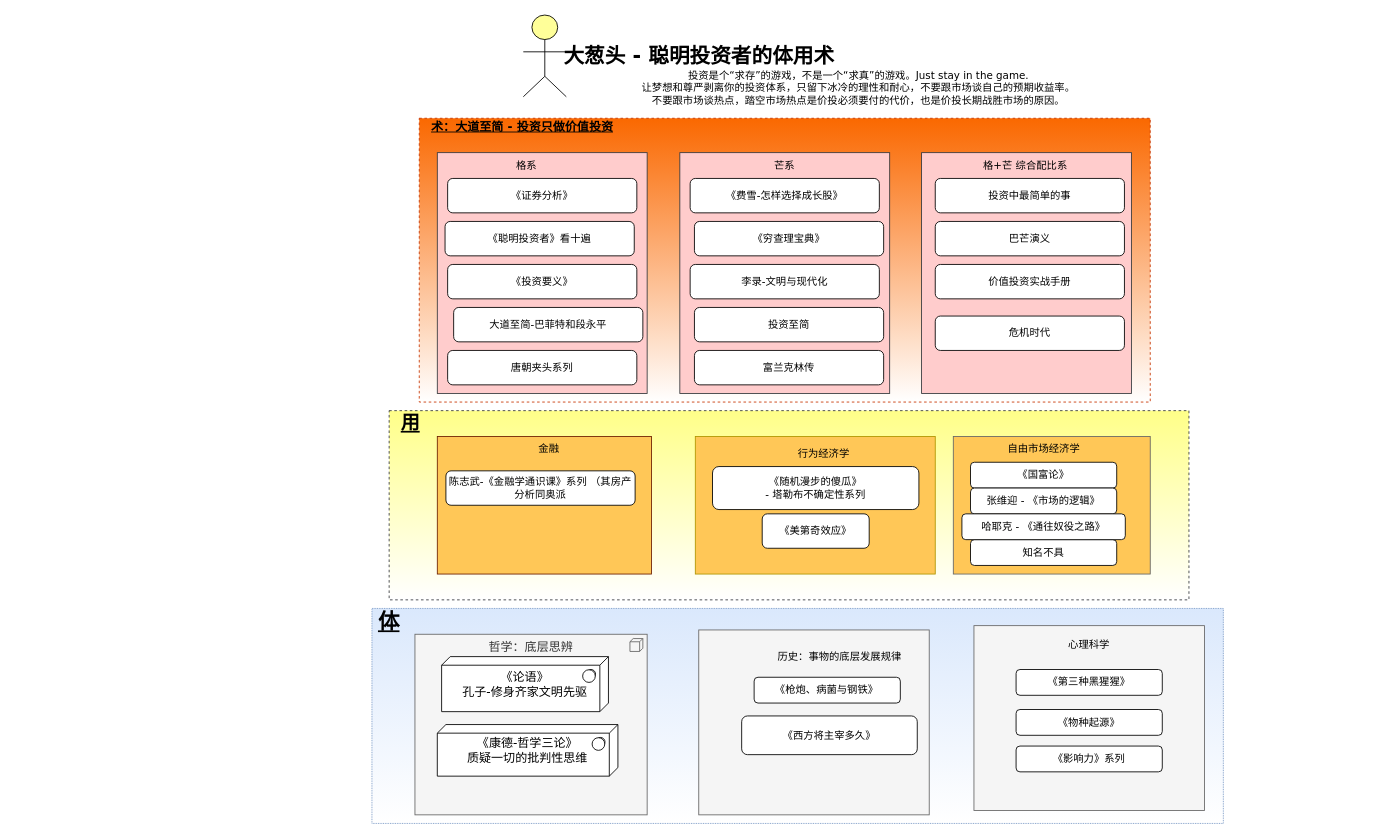
The draw.io diagram investor_books.drawio in eastlakeside/smart-investor, before the edit. Source tidied: cells renumbered, new cells numbered last; positions are measured from the earlier drawing's top-left corner, leaving out a move shared by most shapes. Both pictures are drawn from the tidied source at 86%, with x=0, y=0 at pixel (15, 15).
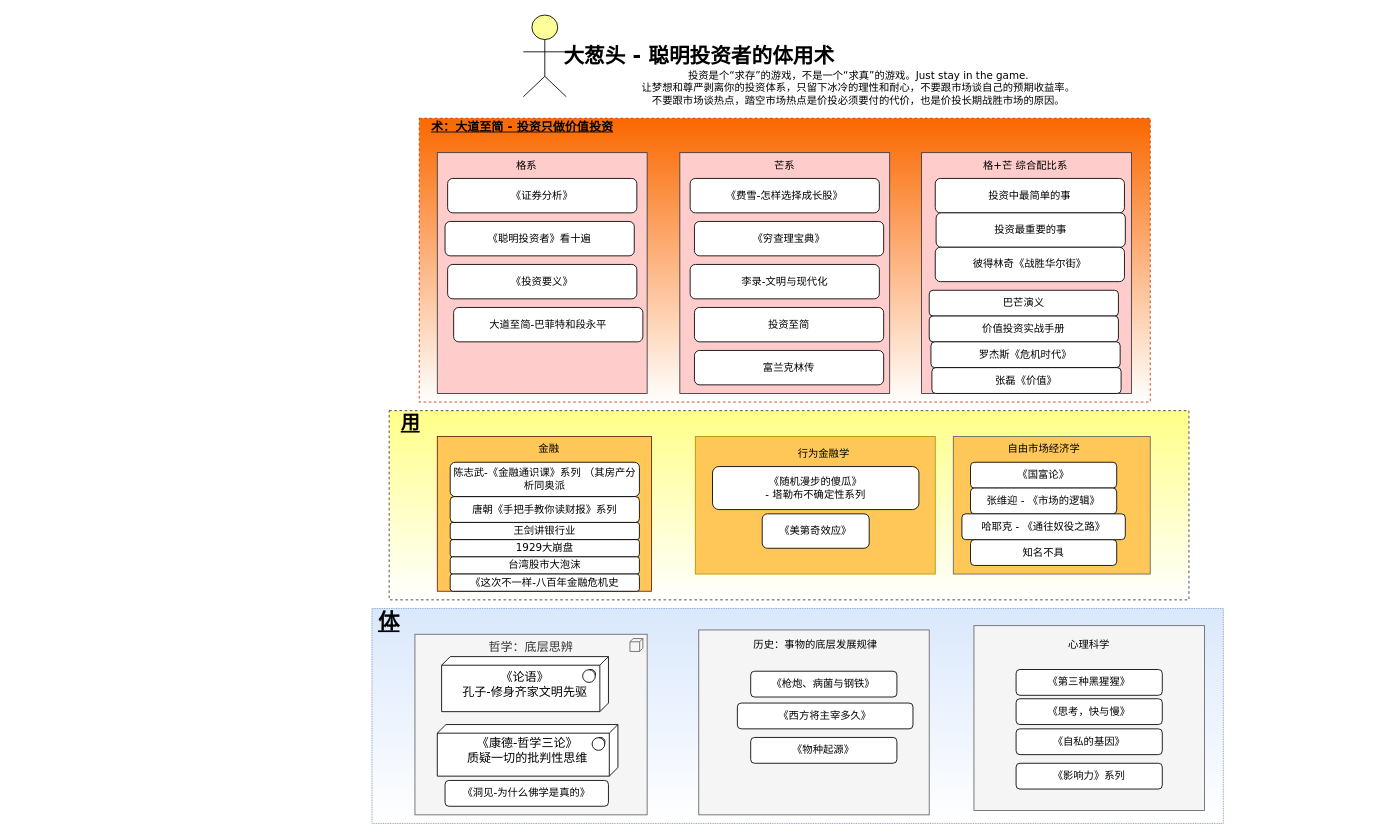
The same diagram, later.

Diff of the diagram source:
```diff
@@
     <mxCell id="14" value="历史：事物的底层发展规律" style="text;html=1;strokeColor=none;fillColor=none;align=center;verticalAlign=middle;whiteSpace=wrap;rounded=0;fontFamily=Verdana;" parent="1" vertex="1">
-      <mxGeometry x="859.4" y="732" width="199.8" height="28" as="geometry" />
+      <mxGeometry x="831.1" y="718" width="199.8" height="28" as="geometry" />
     </mxCell>
     <mxCell id="15" value="《枪炮、病菌与钢铁》" style="rounded=1;whiteSpace=wrap;html=1;fontFamily=Verdana;" parent="1" vertex="1">
-      <mxGeometry x="859.4" y="770" width="170" height="30" as="geometry" />
+      <mxGeometry x="855.4" y="763" width="170" height="30" as="geometry" />
     </mxCell>
     <mxCell id="16" value="《西方将主宰多久》" style="rounded=1;whiteSpace=wrap;html=1;fontFamily=Verdana;" parent="1" vertex="1">
-      <mxGeometry x="844.9" y="815" width="204.2" height="45" as="geometry" />
+      <mxGeometry x="839.9" y="800" width="204.2" height="30" as="geometry" />
     </mxCell>
     <mxCell id="17" style="rounded=0;whiteSpace=wrap;html=1;fillColor=#FFC757;fontColor=#ffffff;strokeColor=#6D1F00;fontFamily=Verdana;" parent="1" vertex="1">
-      <mxGeometry x="491" y="490" width="249" height="160" as="geometry" />
+      <mxGeometry x="491" y="490" width="249" height="180" as="geometry" />
     </mxCell>
-    <mxCell id="18" value="陈志武-《金融学通识课》系列 （其房产分析同奥派" style="rounded=1;whiteSpace=wrap;html=1;fontFamily=Verdana;" parent="1" vertex="1">
-      <mxGeometry x="501" y="530" width="220" height="40" as="geometry" />
+    <mxCell id="18" value="陈志武-《金融通识课》系列 （其房产分析同奥派" style="rounded=1;whiteSpace=wrap;html=1;fontFamily=Verdana;" parent="1" vertex="1">
+      <mxGeometry x="506" y="520" width="220" height="40" as="geometry" />
     </mxCell>
@@
     <mxCell id="22" value="《物种起源》" style="rounded=1;whiteSpace=wrap;html=1;fontFamily=Verdana;" parent="1" vertex="1">
-      <mxGeometry x="1164" y="807.5" width="170" height="30" as="geometry" />
+      <mxGeometry x="855.4" y="840" width="170" height="30" as="geometry" />
     </mxCell>
@@
     <mxCell id="24" value="《影响力》系列" style="rounded=1;whiteSpace=wrap;html=1;fontFamily=Verdana;" parent="1" vertex="1">
-      <mxGeometry x="1164" y="850" width="170" height="30" as="geometry" />
+      <mxGeometry x="1164" y="870" width="170" height="30" as="geometry" />
     </mxCell>
@@
-    <mxCell id="26" value="行为经济学" style="text;html=1;strokeColor=none;fillColor=none;align=center;verticalAlign=middle;whiteSpace=wrap;rounded=0;fontFamily=Verdana;" parent="1" vertex="1">
+    <mxCell id="26" value="行为金融学" style="text;html=1;strokeColor=none;fillColor=none;align=center;verticalAlign=middle;whiteSpace=wrap;rounded=0;fontFamily=Verdana;" parent="1" vertex="1">
       <mxGeometry x="887.9" y="500" width="105" height="20" as="geometry" />
     </mxCell>
@@
-    <mxCell id="45" value="唐朝夹头系列" style="rounded=1;whiteSpace=wrap;html=1;fontFamily=Verdana;" parent="1" vertex="1">
-      <mxGeometry x="503" y="390" width="220" height="40" as="geometry" />
+    <mxCell id="45" value="唐朝《手把手教你读财报》系列" style="rounded=1;whiteSpace=wrap;html=1;fontFamily=Verdana;" parent="1" vertex="1">
+      <mxGeometry x="506" y="560" width="220" height="30" as="geometry" />
     </mxCell>
@@
     <mxCell id="52" value="巴芒演义" style="rounded=1;whiteSpace=wrap;html=1;fontFamily=Verdana;" parent="1" vertex="1">
-      <mxGeometry x="1070" y="240" width="220" height="40" as="geometry" />
+      <mxGeometry x="1063" y="320" width="220" height="30" as="geometry" />
     </mxCell>
     <mxCell id="53" value="价值投资实战手册" style="rounded=1;whiteSpace=wrap;html=1;fontFamily=Verdana;" parent="1" vertex="1">
-      <mxGeometry x="1070" y="290" width="220" height="40" as="geometry" />
+      <mxGeometry x="1063" y="350" width="220" height="30" as="geometry" />
     </mxCell>
-    <mxCell id="54" value="危机时代" style="rounded=1;whiteSpace=wrap;html=1;fontFamily=Verdana;" parent="1" vertex="1">
-      <mxGeometry x="1070" y="350" width="220" height="40" as="geometry" />
+    <mxCell id="54" value="罗杰斯《危机时代》" style="rounded=1;whiteSpace=wrap;html=1;fontFamily=Verdana;" parent="1" vertex="1">
+      <mxGeometry x="1065" y="380" width="220" height="30" as="geometry" />
     </mxCell>
@@
+    <mxCell id="56" value="王剑讲银行业" style="rounded=1;whiteSpace=wrap;html=1;fontFamily=Verdana;" parent="1" vertex="1">
+      <mxGeometry x="506" y="590" width="220" height="20" as="geometry" />
+    </mxCell>
+    <mxCell id="57" value="《思考，快与慢》" style="rounded=1;whiteSpace=wrap;html=1;fontFamily=Verdana;" parent="1" vertex="1">
+      <mxGeometry x="1164" y="795" width="170" height="30" as="geometry" />
+    </mxCell>
+    <mxCell id="58" value="《自私的基因》" style="rounded=1;whiteSpace=wrap;html=1;fontFamily=Verdana;" parent="1" vertex="1">
+      <mxGeometry x="1164" y="830" width="170" height="30" as="geometry" />
+    </mxCell>
+    <mxCell id="59" value="张磊《价值》" style="rounded=1;whiteSpace=wrap;html=1;fontFamily=Verdana;" parent="1" vertex="1">
+      <mxGeometry x="1066.1" y="410" width="220" height="30" as="geometry" />
+    </mxCell>
+    <mxCell id="60" value="投资最重要的事" style="rounded=1;whiteSpace=wrap;html=1;fontFamily=Verdana;" parent="1" vertex="1">
+      <mxGeometry x="1071" y="230" width="220" height="40" as="geometry" />
+    </mxCell>
+    <mxCell id="61" value="《洞见-为什么佛学是真的》" style="rounded=1;whiteSpace=wrap;html=1;fontFamily=Verdana;" parent="1" vertex="1">
+      <mxGeometry x="500" y="890" width="190" height="30" as="geometry" />
+    </mxCell>
+    <mxCell id="62" value="彼得林奇《战胜华尔街》" style="rounded=1;whiteSpace=wrap;html=1;fontFamily=Verdana;" parent="1" vertex="1">
+      <mxGeometry x="1070" y="270" width="220" height="40" as="geometry" />
+    </mxCell>
+    <mxCell id="63" value="1929大崩盘" style="rounded=1;whiteSpace=wrap;html=1;fontFamily=Verdana;" parent="1" vertex="1">
+      <mxGeometry x="506" y="610" width="220" height="20" as="geometry" />
+    </mxCell>
+    <mxCell id="64" value="台湾股市大泡沫" style="rounded=1;whiteSpace=wrap;html=1;fontFamily=Verdana;" parent="1" vertex="1">
+      <mxGeometry x="506" y="630" width="220" height="20" as="geometry" />
+    </mxCell>
+    <mxCell id="65" value="《这次不一样-八百年金融危机史" style="rounded=1;whiteSpace=wrap;html=1;fontFamily=Verdana;" parent="1" vertex="1">
+      <mxGeometry x="506" y="650" width="220" height="20" as="geometry" />
+    </mxCell>
```
